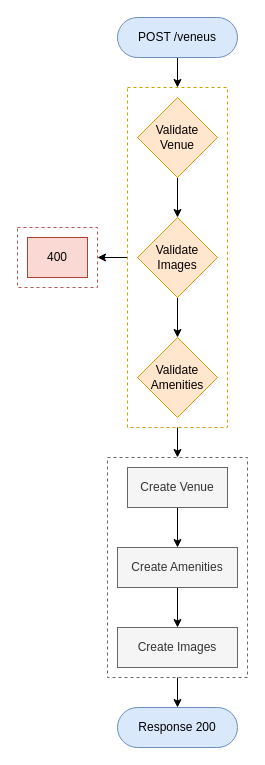
Before: venue-service/docs/flows/venue/venue-creation-flow.drawio in mhmd-zbib/event-management-system, a draw.io diagram. Source tidied: cells renumbered, new cells numbered last; positions are measured from the earlier drawing's top-left corner, leaving out a move shared by most shapes. Both pictures are drawn from the tidied source at 100%, with x=0, y=0 at pixel (17, 17).
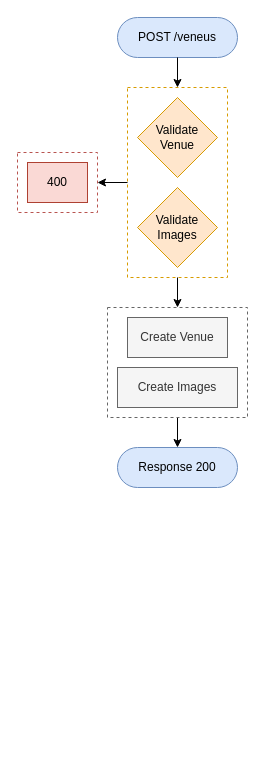
The same diagram, later.

Commit message (it also covers changes not shown here):
docs: created zone and venue diagrams

Unchanged cells that the change refers to:
```xml
<mxCell id="6" value="POST /veneus" style="rounded=1;whiteSpace=wrap;html=1;arcSize=50;fillColor=#dae8fc;strokeColor=#6c8ebf;" parent="1" vertex="1">
  <mxGeometry x="100" width="120" height="40" as="geometry" />
</mxCell>
<mxCell id="8" value="Validate Venue" style="rhombus;whiteSpace=wrap;html=1;fillColor=#ffe6cc;strokeColor=#d79b00;" parent="1" vertex="1">
  <mxGeometry x="120" y="80" width="80" height="80" as="geometry" />
</mxCell>
```

Change to the diagram source:
```diff
@@
+    <mxCell id="20" style="rounded=0;whiteSpace=wrap;html=1;fillColor=none;dashed=1;strokeColor=#d79b00;" parent="1" vertex="1">
+      <mxGeometry x="110" y="70" width="100" height="190" as="geometry" />
+    </mxCell>
@@
     <mxCell id="3" style="rounded=0;whiteSpace=wrap;html=1;fillColor=none;dashed=1;strokeColor=#666666;fontColor=#333333;" parent="1" vertex="1">
-      <mxGeometry x="90" y="440" width="140" height="220" as="geometry" />
+      <mxGeometry x="90" y="290" width="140" height="110" as="geometry" />
     </mxCell>
     <mxCell id="4" style="rounded=0;whiteSpace=wrap;html=1;fillColor=none;dashed=1;strokeColor=#b85450;" parent="1" vertex="1">
-      <mxGeometry y="210" width="80" height="60" as="geometry" />
+      <mxGeometry y="135" width="80" height="60" as="geometry" />
     </mxCell>
-    <mxCell id="5" style="edgeStyle=orthogonalEdgeStyle;rounded=0;jettySize=auto;html=1;exitX=0.5;exitY=1;exitDx=0;exitDy=0;entryX=0.5;entryY=0;entryDx=0;entryDy=0;" parent="1" edge="1" source="6" target="20">
-      <mxGeometry relative="1" as="geometry" />
-    </mxCell>
@@
-    <mxCell id="7" style="edgeStyle=orthogonalEdgeStyle;rounded=0;jettySize=auto;html=1;exitX=0.5;exitY=1;exitDx=0;exitDy=0;entryX=0.5;entryY=0;entryDx=0;entryDy=0;" parent="1" edge="1" source="8" target="10">
-      <mxGeometry relative="1" as="geometry" />
-    </mxCell>
@@
-    <mxCell id="9" style="edgeStyle=orthogonalEdgeStyle;rounded=0;jettySize=auto;html=1;exitX=0.5;exitY=1;exitDx=0;exitDy=0;entryX=0.5;entryY=0;entryDx=0;entryDy=0;" parent="1" edge="1" source="10" target="12">
-      <mxGeometry relative="1" as="geometry" />
-    </mxCell>
     <mxCell id="10" value="Validate Images" style="rhombus;whiteSpace=wrap;html=1;fillColor=#ffe6cc;strokeColor=#d79b00;" parent="1" vertex="1">
-      <mxGeometry x="120" y="200" width="80" height="80" as="geometry" />
+      <mxGeometry x="120" y="170" width="80" height="80" as="geometry" />
     </mxCell>
     <mxCell id="11" value="400" style="rounded=0;whiteSpace=wrap;html=1;fillColor=#fad9d5;strokeColor=#ae4132;" parent="1" vertex="1">
-      <mxGeometry x="10" y="220" width="60" height="40" as="geometry" />
+      <mxGeometry x="10" y="145" width="60" height="40" as="geometry" />
     </mxCell>
-    <mxCell id="12" value="Validate Amenities" style="rhombus;whiteSpace=wrap;html=1;fillColor=#ffe6cc;strokeColor=#d79b00;" parent="1" vertex="1">
-      <mxGeometry x="120" y="320" width="80" height="80" as="geometry" />
-    </mxCell>
-    <mxCell id="13" style="edgeStyle=orthogonalEdgeStyle;rounded=0;jettySize=auto;html=1;exitX=0.5;exitY=1;exitDx=0;exitDy=0;entryX=0.5;entryY=0;entryDx=0;entryDy=0;" parent="1" edge="1" source="14" target="16">
-      <mxGeometry relative="1" as="geometry" />
-    </mxCell>
     <mxCell id="14" value="Create Venue" style="rounded=0;whiteSpace=wrap;html=1;fillColor=#f5f5f5;fontColor=#333333;strokeColor=#666666;" parent="1" vertex="1">
-      <mxGeometry x="110" y="450" width="100" height="40" as="geometry" />
+      <mxGeometry x="110" y="300" width="100" height="40" as="geometry" />
     </mxCell>
-    <mxCell id="15" style="edgeStyle=orthogonalEdgeStyle;rounded=0;jettySize=auto;html=1;exitX=0.5;exitY=1;exitDx=0;exitDy=0;entryX=0.5;entryY=0;entryDx=0;entryDy=0;" parent="1" edge="1" source="16" target="17">
-      <mxGeometry relative="1" as="geometry" />
-    </mxCell>
-    <mxCell id="16" value="Create Amenities" style="rounded=0;whiteSpace=wrap;html=1;fillColor=#f5f5f5;fontColor=#333333;strokeColor=#666666;" parent="1" vertex="1">
-      <mxGeometry x="100" y="530" width="120" height="40" as="geometry" />
-    </mxCell>
     <mxCell id="17" value="Create Images" style="rounded=0;whiteSpace=wrap;html=1;fillColor=#f5f5f5;fontColor=#333333;strokeColor=#666666;" parent="1" vertex="1">
-      <mxGeometry x="100" y="610" width="120" height="40" as="geometry" />
+      <mxGeometry x="100" y="350" width="120" height="40" as="geometry" />
     </mxCell>
@@
-    <mxCell id="20" style="rounded=0;whiteSpace=wrap;html=1;fillColor=none;dashed=1;strokeColor=#d79b00;" parent="1" vertex="1">
-      <mxGeometry x="110" y="70" width="100" height="340" as="geometry" />
-    </mxCell>
     <mxCell id="21" value="Response 200" style="rounded=1;whiteSpace=wrap;html=1;arcSize=50;fillColor=#dae8fc;strokeColor=#6c8ebf;" parent="1" vertex="1">
-      <mxGeometry x="100" y="690" width="120" height="40" as="geometry" />
+      <mxGeometry x="100" y="430" width="120" height="40" as="geometry" />
     </mxCell>
+    <mxCell id="22" style="edgeStyle=orthogonalEdgeStyle;rounded=0;jettySize=auto;html=1;exitX=0.5;exitY=1;exitDx=0;exitDy=0;entryX=0.5;entryY=0;entryDx=0;entryDy=0;" parent="1" edge="1" target="20">
+      <mxGeometry relative="1" as="geometry">
+        <mxPoint x="160" y="40" as="sourcePoint" />
+      </mxGeometry>
+    </mxCell>
```
